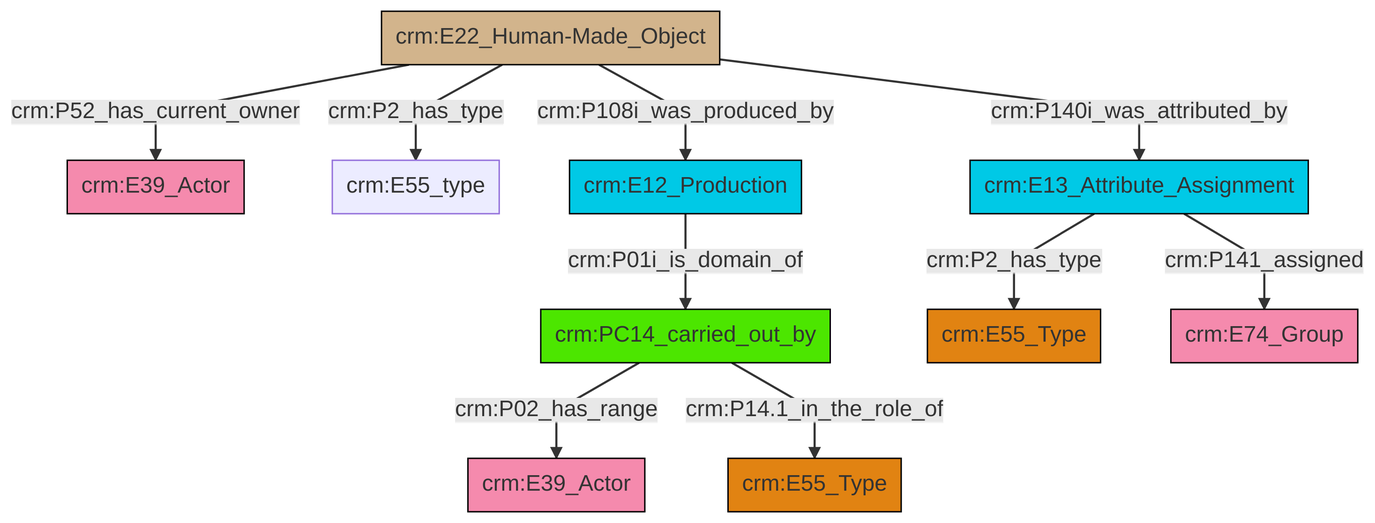
Above: et/builtWorkCSV/ttl/mmd/png/Built_Work_actor_relations.png in swiss-art-research-net/docs.swissartresearch (Mermaid), before the change. Its source is kept beside it as et/builtWorkCSV/ttl/mmd/Built_Work_actor_relations.ttl.mmd.
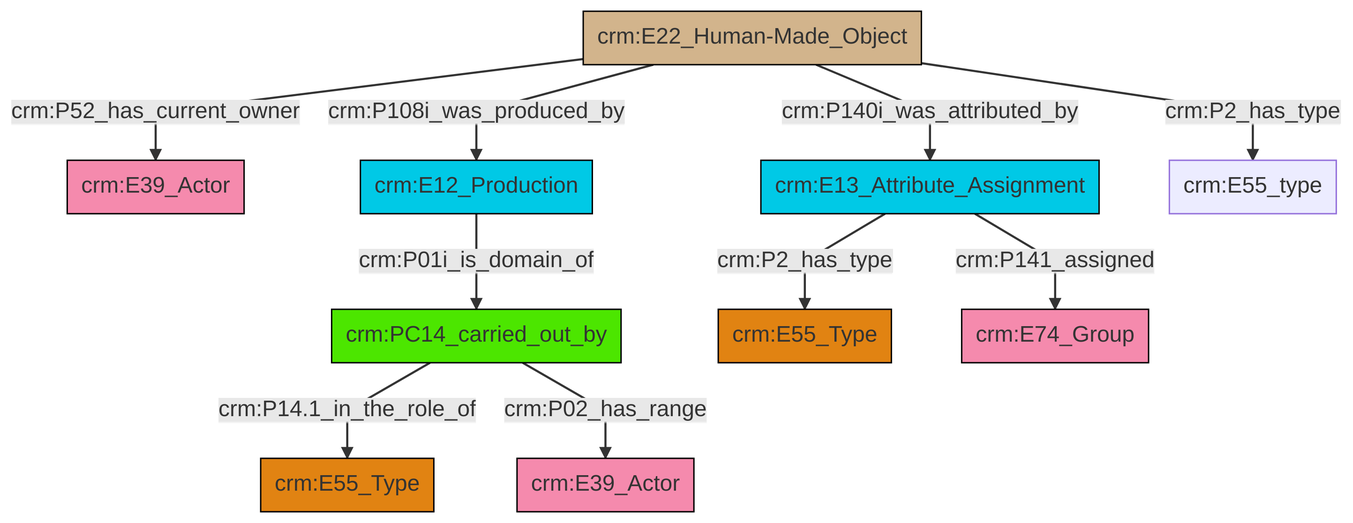
After the commit.

What changed in the source:
```diff
@@ -13,12 +13,12 @@
 classDef PC_Classes fill:#4ce600, stroke:#000000;
 classDef Multi fill:#cccccc,stroke:#000000;
 
-0["crm:PC14_carried_out_by"]:::PC_Classes -->|crm:P02_has_range| 1["crm:E39_Actor"]:::Actor
-8["crm:E22_Human-Made_Object"]:::Physical_Thing -->|crm:P2_has_type| 10["crm:E55_type"]:::Default
-8["crm:E22_Human-Made_Object"]:::Physical_Thing -->|crm:P52_has_current_owner| 4["crm:E39_Actor"]:::Actor
-8["crm:E22_Human-Made_Object"]:::Physical_Thing -->|crm:P108i_was_produced_by| 13["crm:E12_Production"]:::Temporal_Entity
-8["crm:E22_Human-Made_Object"]:::Physical_Thing -->|crm:P140i_was_attributed_by| 11["crm:E13_Attribute_Assignment"]:::Temporal_Entity
-11["crm:E13_Attribute_Assignment"]:::Temporal_Entity -->|crm:P141_assigned| 6["crm:E74_Group"]:::Actor
-13["crm:E12_Production"]:::Temporal_Entity -->|crm:P01i_is_domain_of| 0["crm:PC14_carried_out_by"]:::PC_Classes
-0["crm:PC14_carried_out_by"]:::PC_Classes -->|crm:P14.1_in_the_role_of| 15["crm:E55_Type"]:::Type
-11["crm:E13_Attribute_Assignment"]:::Temporal_Entity -->|crm:P2_has_type| 2["crm:E55_Type"]:::Type
+4["crm:PC14_carried_out_by"]:::PC_Classes -->|crm:P14.1_in_the_role_of| 5["crm:E55_Type"]:::Type
+6["crm:E22_Human-Made_Object"]:::Physical_Thing -->|crm:P52_has_current_owner| 7["crm:E39_Actor"]:::Actor
+9["crm:E13_Attribute_Assignment"]:::Temporal_Entity -->|crm:P2_has_type| 2["crm:E55_Type"]:::Type
+6["crm:E22_Human-Made_Object"]:::Physical_Thing -->|crm:P108i_was_produced_by| 0["crm:E12_Production"]:::Temporal_Entity
+6["crm:E22_Human-Made_Object"]:::Physical_Thing -->|crm:P140i_was_attributed_by| 9["crm:E13_Attribute_Assignment"]:::Temporal_Entity
+6["crm:E22_Human-Made_Object"]:::Physical_Thing -->|crm:P2_has_type| 12["crm:E55_type"]:::Default
+9["crm:E13_Attribute_Assignment"]:::Temporal_Entity -->|crm:P141_assigned| 15["crm:E74_Group"]:::Actor
+4["crm:PC14_carried_out_by"]:::PC_Classes -->|crm:P02_has_range| 18["crm:E39_Actor"]:::Actor
+0["crm:E12_Production"]:::Temporal_Entity -->|crm:P01i_is_domain_of| 4["crm:PC14_carried_out_by"]:::PC_Classes
```
